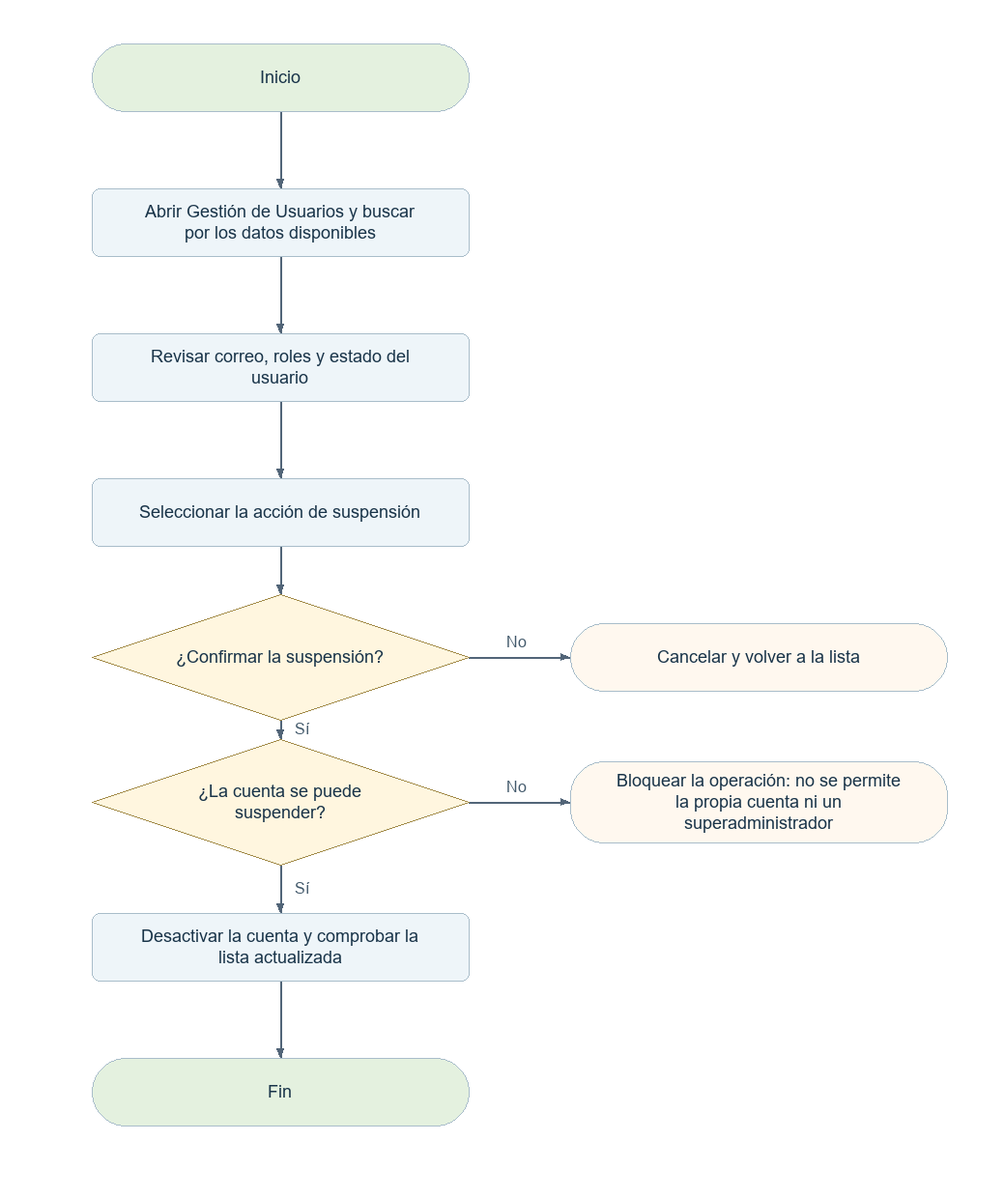
The Mermaid diagram docs/diagramas-web/png/A02.png in elingeyesdev/t3-crowdfunding-inversion, before a commit. Its source is kept beside it as docs/diagramas-web/mermaid/A02.mmd.
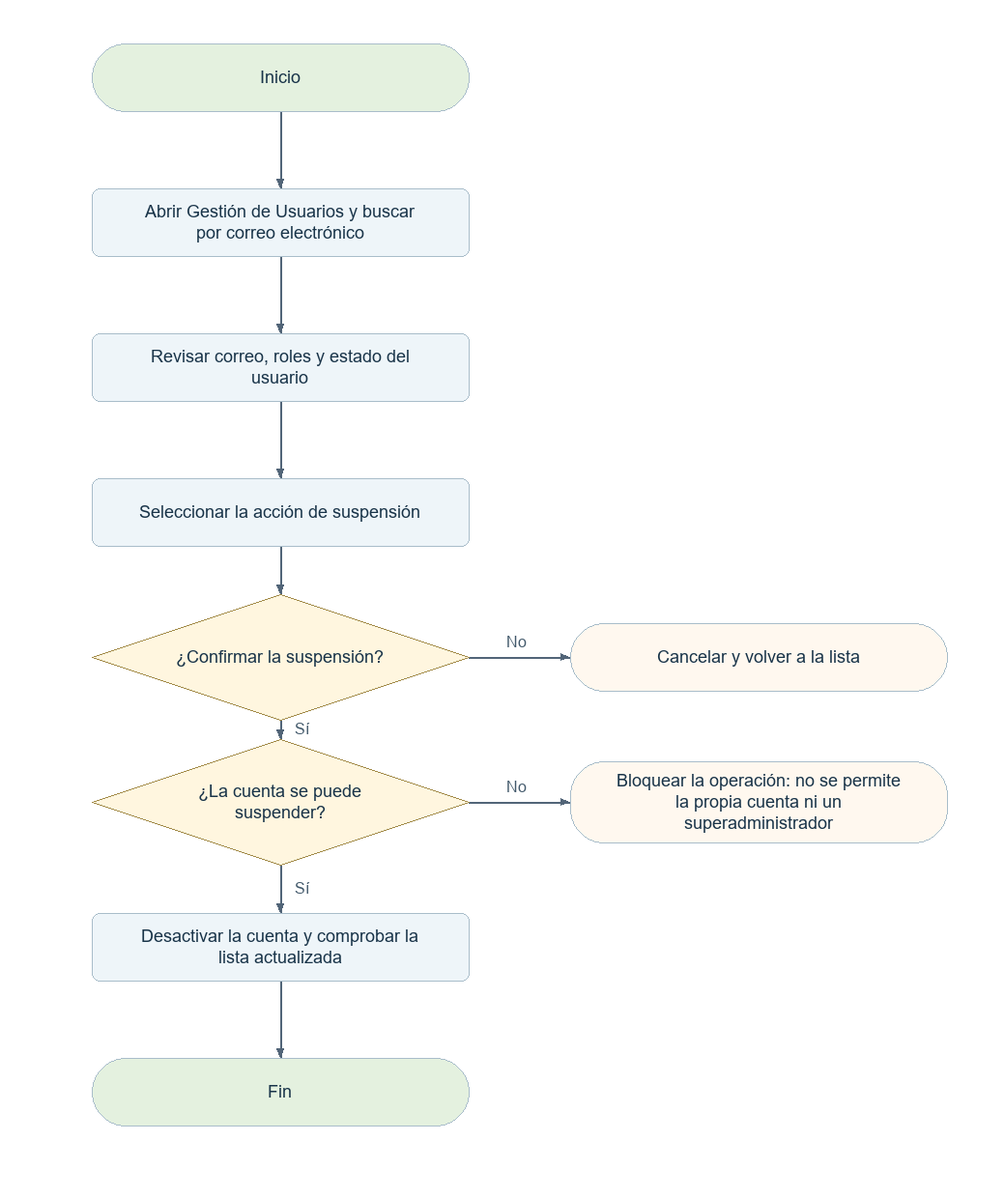
The same diagram one commit later.

The edit, as a diff of the source:
```diff
@@ -1,7 +1,7 @@
 flowchart TD
   N0(["Inicio"])
   N0 --> N1
-  N1["Abrir Gestión de Usuarios y buscar por los datos disponibles"]
+  N1["Abrir Gestión de Usuarios y buscar por correo electrónico"]
   N1 --> N2
   N2["Revisar correo, roles y estado del usuario"]
   N2 --> N3
```
